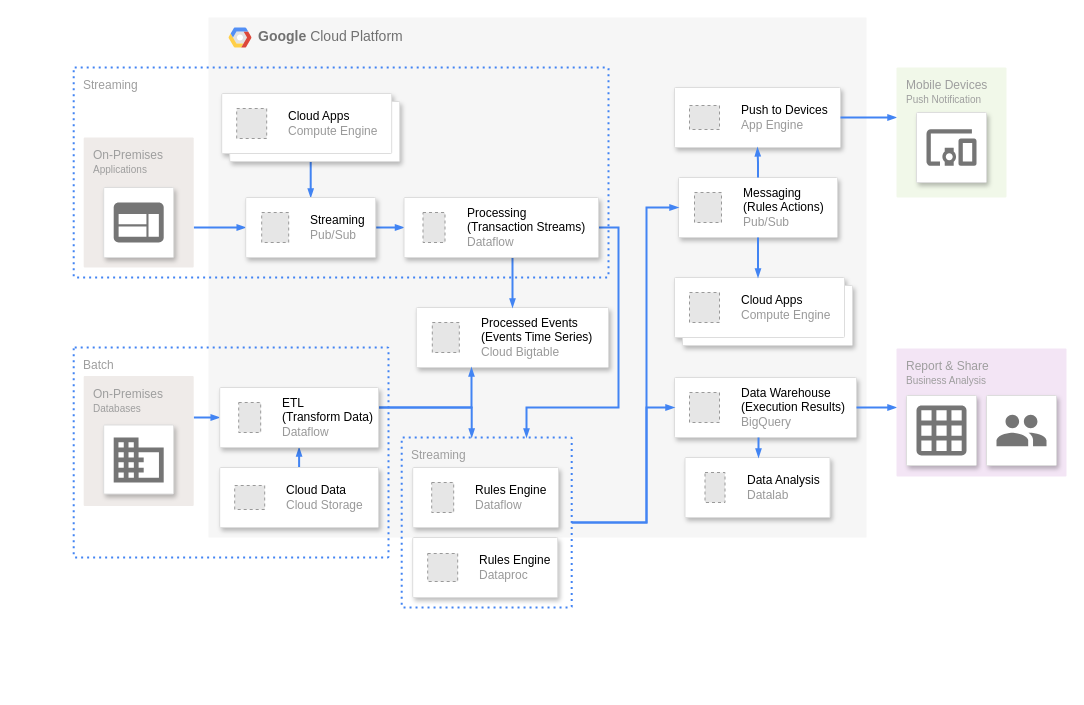
fphindustries/cabinpi keeps this draw.io diagram as page "Page-1" (1 of 2) of Diagrams/Cabinpi overview.drawio. Above is the earlier version. Source tidied: cells renumbered, new cells numbered last; positions are measured from the earlier drawing's top-left corner, leaving out a move shared by most shapes. Both pictures are drawn from the tidied source at 100%, with x=0, y=0 at pixel (73, 17). Pictures stored in the file or linked from it are replaced by grey dashed boxes.
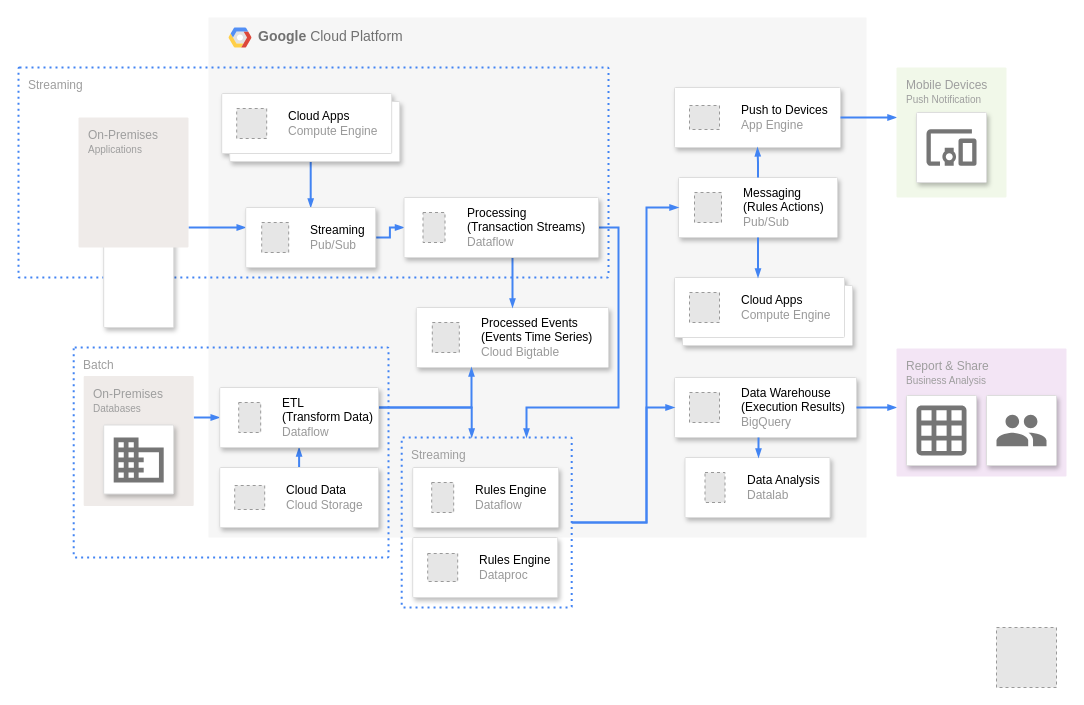
The same page after the edit.

The edit, as a diff of the source:
```diff
@@
     <mxCell id="22" value="Streaming" style="rounded=1;absoluteArcSize=1;arcSize=2;html=1;strokeColor=#4284F3;gradientColor=none;shadow=0;dashed=1;fontSize=12;fontColor=#9E9E9E;align=left;verticalAlign=top;spacing=10;spacingTop=-4;fillColor=none;dashPattern=1 2;strokeWidth=2;" parent="1" vertex="1">
-      <mxGeometry x="0.2" y="50" width="534.8" height="210" as="geometry" />
+      <mxGeometry x="-55" y="50" width="590" height="210" as="geometry" />
     </mxCell>
@@
-    <mxCell id="24" value="On-Premises&lt;br&gt;&lt;font style=&quot;font-size: 10px&quot;&gt;Applications&lt;/font&gt;&lt;br&gt;" style="rounded=1;absoluteArcSize=1;arcSize=2;html=1;strokeColor=none;gradientColor=none;shadow=0;dashed=0;fontSize=12;fontColor=#9E9E9E;align=left;verticalAlign=top;spacing=10;spacingTop=-4;fillColor=#EFEBE9;" parent="1" vertex="1">
-      <mxGeometry x="10.2" y="120" width="110" height="130" as="geometry" />
-    </mxCell>
     <mxCell id="25" style="strokeColor=#dddddd;fillColor=#ffffff;shadow=1;strokeWidth=1;rounded=1;absoluteArcSize=1;arcSize=2;labelPosition=center;verticalLabelPosition=middle;align=center;verticalAlign=bottom;spacingLeft=0;fontColor=#999999;fontSize=12;whiteSpace=wrap;spacingBottom=2;html=1;" parent="1" vertex="1">
-      <mxGeometry x="30.2" y="170" width="70" height="70" as="geometry" />
+      <mxGeometry x="30.2" y="170" width="70" height="140" as="geometry" />
     </mxCell>
@@
     <mxCell id="49" style="strokeColor=#dddddd;shadow=1;strokeWidth=1;rounded=1;absoluteArcSize=1;arcSize=2;" parent="1" vertex="1">
-      <mxGeometry x="172.2" y="180" width="130" height="60" as="geometry" />
+      <mxGeometry x="172.2" y="190" width="130" height="60" as="geometry" />
     </mxCell>
@@
+    <mxCell id="63" style="fillColor=#E6E6E6;strokeColor=#999999;dashed=1;html=1;verticalAlign=top;verticalLabelPosition=bottom;labelBackgroundColor=#ffffff;" parent="1" vertex="1">
+      <mxGeometry x="923" y="610" width="60" height="60" as="geometry" />
+    </mxCell>
+    <mxCell id="24" value="On-Premises&lt;br&gt;&lt;font style=&quot;font-size: 10px&quot;&gt;Applications&lt;/font&gt;&lt;br&gt;" style="rounded=1;absoluteArcSize=1;arcSize=2;html=1;strokeColor=none;gradientColor=none;shadow=0;dashed=0;fontSize=12;fontColor=#9E9E9E;align=left;verticalAlign=top;spacing=10;spacingTop=-4;fillColor=#EFEBE9;" parent="1" vertex="1">
+      <mxGeometry x="5" y="100" width="110" height="130" as="geometry" />
+    </mxCell>
```
